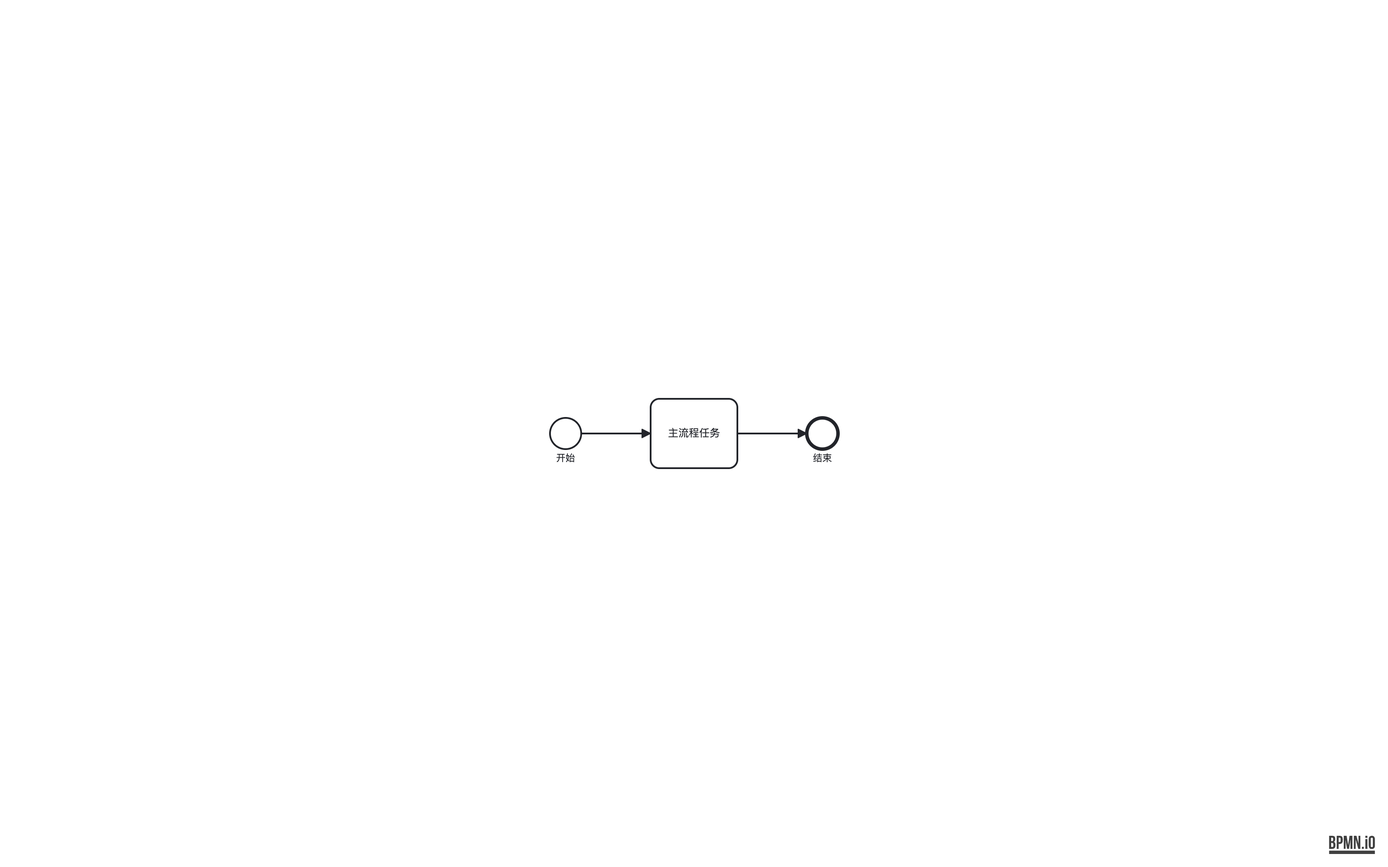
Above: out-bpmn-png/92-isolated-node.png in LcpMarvel/tramito-layout (BPMN), before the change. Its source is kept beside it as out-xml/92-isolated-node.bpmn. Ids are renumbered. Its diagram source:
```xml
<bpmn:definitions xmlns:bpmn="http://www.omg.org/spec/BPMN/20100524/MODEL" xmlns:bpmndi="http://www.omg.org/spec/BPMN/20100524/DI" xmlns:dc="http://www.omg.org/spec/DD/20100524/DC" xmlns:di="http://www.omg.org/spec/DD/20100524/DI" id="definitions_isolated_node" targetNamespace="http://example.com/test-isolated-node" exporter="ELK-BPMN Test Generator" exporterVersion="1.0">
  <bpmn:process id="process_isolated_node" name="孤立节点测试" isExecutable="true">
    <bpmn:startEvent id="start_1" name="开始">
      <bpmn:outgoing>flow_1</bpmn:outgoing>
    </bpmn:startEvent>
    <bpmn:task id="task_main" name="主流程任务">
      <bpmn:incoming>flow_1</bpmn:incoming>
      <bpmn:outgoing>flow_2</bpmn:outgoing>
    </bpmn:task>
    <bpmn:endEvent id="end_1" name="结束">
      <bpmn:incoming>flow_2</bpmn:incoming>
    </bpmn:endEvent>
    <bpmn:task id="task_isolated" name="孤立任务（无任何连线）" />
    <bpmn:sequenceFlow id="flow_1" sourceRef="start_1" targetRef="task_main" />
    <bpmn:sequenceFlow id="flow_2" sourceRef="task_main" targetRef="end_1" />
  </bpmn:process>
  <bpmndi:BPMNDiagram id="BPMNDiagram_definitions_isolated_node" name="BPMNDiagram">
    <bpmndi:BPMNPlane id="BPMNPlane_definitions_isolated_node" bpmnElement="process_isolated_node">
      <bpmndi:BPMNShape id="process_isolated_node_di" bpmnElement="process_isolated_node">
        <dc:Bounds x="0" y="0" width="414" height="144" />
      </bpmndi:BPMNShape>
      <bpmndi:BPMNShape id="start_1_di" bpmnElement="start_1">
        <dc:Bounds x="62" y="54" width="36" height="36" />
        <bpmndi:BPMNLabel>
          <dc:Bounds x="66" y="94" width="28" height="14" />
        </bpmndi:BPMNLabel>
      </bpmndi:BPMNShape>
      <bpmndi:BPMNShape id="task_main_di" bpmnElement="task_main">
        <dc:Bounds x="178" y="32" width="100" height="80" />
      </bpmndi:BPMNShape>
      <bpmndi:BPMNShape id="end_1_di" bpmnElement="end_1">
        <dc:Bounds x="358" y="54" width="36" height="36" />
        <bpmndi:BPMNLabel>
          <dc:Bounds x="362" y="94" width="28" height="14" />
        </bpmndi:BPMNLabel>
      </bpmndi:BPMNShape>
      <bpmndi:BPMNEdge id="flow_1_di" bpmnElement="flow_1">
        <di:waypoint x="98" y="72" />
        <di:waypoint x="178" y="72" />
      </bpmndi:BPMNEdge>
      <bpmndi:BPMNEdge id="flow_2_di" bpmnElement="flow_2">
        <di:waypoint x="278" y="72" />
        <di:waypoint x="358" y="72" />
      </bpmndi:BPMNEdge>
    </bpmndi:BPMNPlane>
  </bpmndi:BPMNDiagram>
</bpmn:definitions>
```
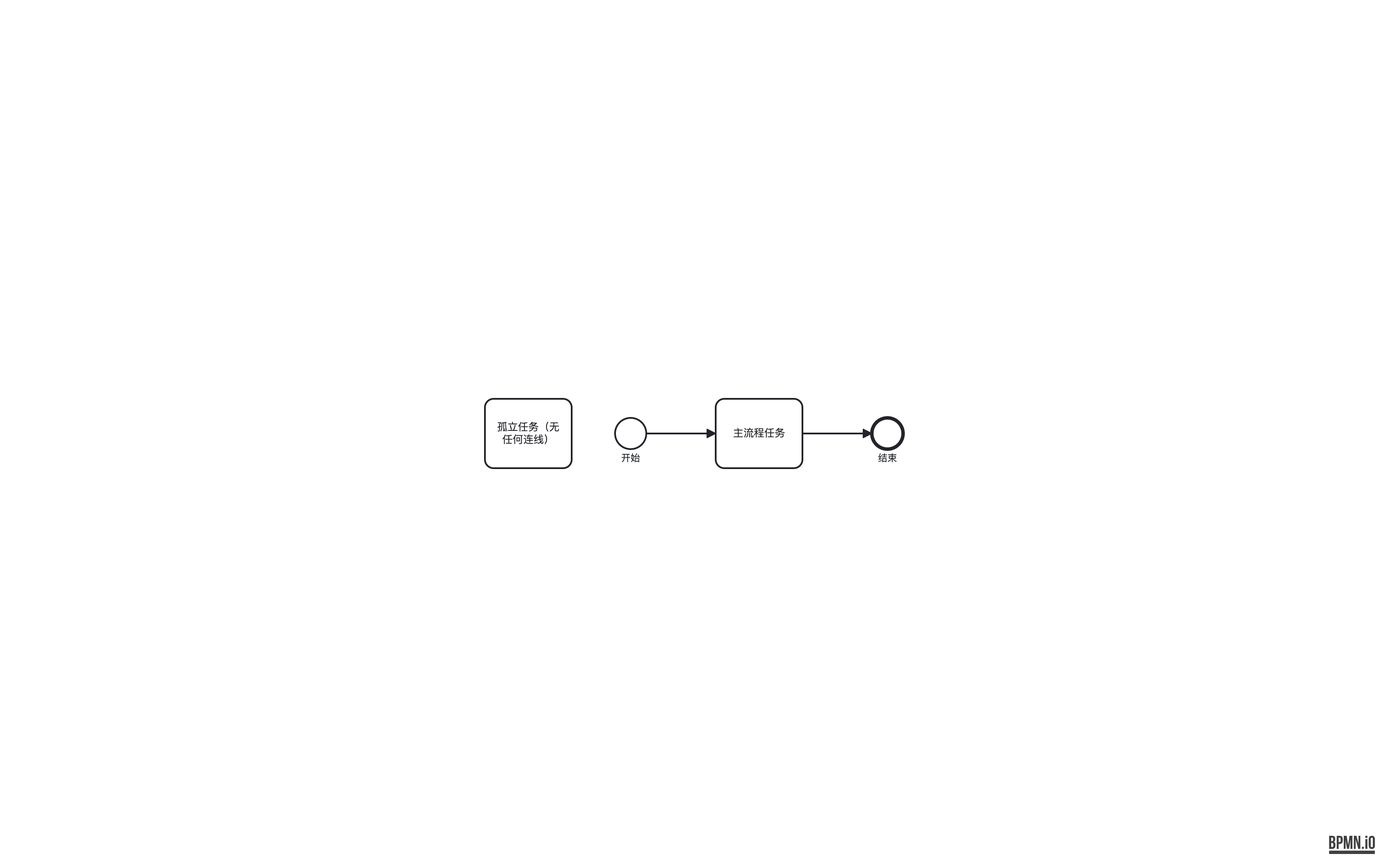
Later version of the same file.

Change to the diagram source:
```diff
@@ -17,30 +17,33 @@
   <bpmndi:BPMNDiagram id="BPMNDiagram_definitions_isolated_node" name="BPMNDiagram">
     <bpmndi:BPMNPlane id="BPMNPlane_definitions_isolated_node" bpmnElement="process_isolated_node">
       <bpmndi:BPMNShape id="process_isolated_node_di" bpmnElement="process_isolated_node">
-        <dc:Bounds x="0" y="0" width="414" height="144" />
+        <dc:Bounds x="0" y="0" width="564" height="144" />
       </bpmndi:BPMNShape>
       <bpmndi:BPMNShape id="start_1_di" bpmnElement="start_1">
-        <dc:Bounds x="62" y="54" width="36" height="36" />
+        <dc:Bounds x="212" y="54" width="36" height="36" />
         <bpmndi:BPMNLabel>
-          <dc:Bounds x="66" y="94" width="28" height="14" />
+          <dc:Bounds x="216" y="94" width="28" height="14" />
         </bpmndi:BPMNLabel>
       </bpmndi:BPMNShape>
       <bpmndi:BPMNShape id="task_main_di" bpmnElement="task_main">
-        <dc:Bounds x="178" y="32" width="100" height="80" />
+        <dc:Bounds x="328" y="32" width="100" height="80" />
       </bpmndi:BPMNShape>
       <bpmndi:BPMNShape id="end_1_di" bpmnElement="end_1">
-        <dc:Bounds x="358" y="54" width="36" height="36" />
+        <dc:Bounds x="508" y="54" width="36" height="36" />
         <bpmndi:BPMNLabel>
-          <dc:Bounds x="362" y="94" width="28" height="14" />
+          <dc:Bounds x="512" y="94" width="28" height="14" />
         </bpmndi:BPMNLabel>
       </bpmndi:BPMNShape>
+      <bpmndi:BPMNShape id="task_isolated_di" bpmnElement="task_isolated">
+        <dc:Bounds x="62" y="32" width="100" height="80" />
+      </bpmndi:BPMNShape>
       <bpmndi:BPMNEdge id="flow_1_di" bpmnElement="flow_1">
-        <di:waypoint x="98" y="72" />
-        <di:waypoint x="178" y="72" />
+        <di:waypoint x="248" y="72" />
+        <di:waypoint x="328" y="72" />
       </bpmndi:BPMNEdge>
       <bpmndi:BPMNEdge id="flow_2_di" bpmnElement="flow_2">
-        <di:waypoint x="278" y="72" />
-        <di:waypoint x="358" y="72" />
+        <di:waypoint x="428" y="72" />
+        <di:waypoint x="508" y="72" />
       </bpmndi:BPMNEdge>
     </bpmndi:BPMNPlane>
   </bpmndi:BPMNDiagram>
```
